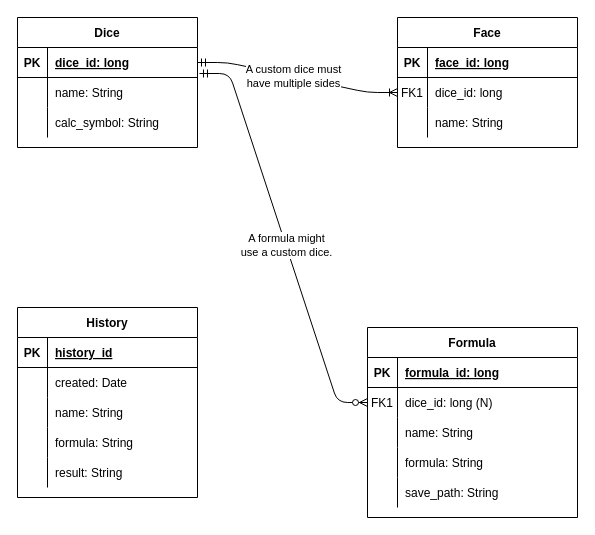
Earlier version of the draw.io diagram docs/erd.drawio (ddc-java-12/personal-android-project-darbach). Source tidied: cells renumbered, new cells numbered last; positions are measured from the earlier drawing's top-left corner, leaving out a move shared by most shapes. Both pictures are drawn from the tidied source at 100%, with x=0, y=0 at pixel (17, 17).
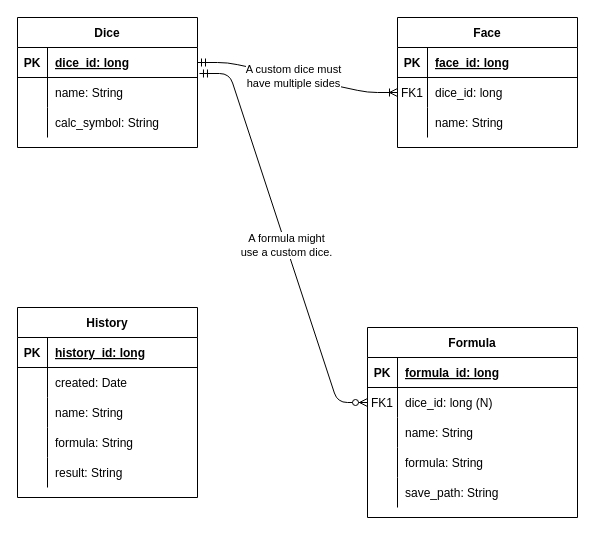
The same page after the edit.

Commit message (it also covers changes not shown here):
Added type to history_id in ERD.

Unchanged cells that the change refers to:
```xml
<mxCell id="41" style="shape=partialRectangle;fillColor=none;top=0;left=0;bottom=1;right=0;" parent="40" vertex="1">
  <mxGeometry y="30" width="180" height="30" as="geometry" />
</mxCell>
```

Change to the diagram source:
```diff
@@
-    <mxCell id="43" value="history_id" style="shape=partialRectangle;fillColor=none;top=0;left=0;bottom=0;right=0;align=left;spacingLeft=6;fontStyle=5;overflow=hidden;" parent="41" vertex="1">
+    <mxCell id="43" value="history_id: long" style="shape=partialRectangle;fillColor=none;top=0;left=0;bottom=0;right=0;align=left;spacingLeft=6;fontStyle=5;overflow=hidden;" parent="41" vertex="1">
       <mxGeometry x="30" width="150" height="30" as="geometry" />
     </mxCell>
```
